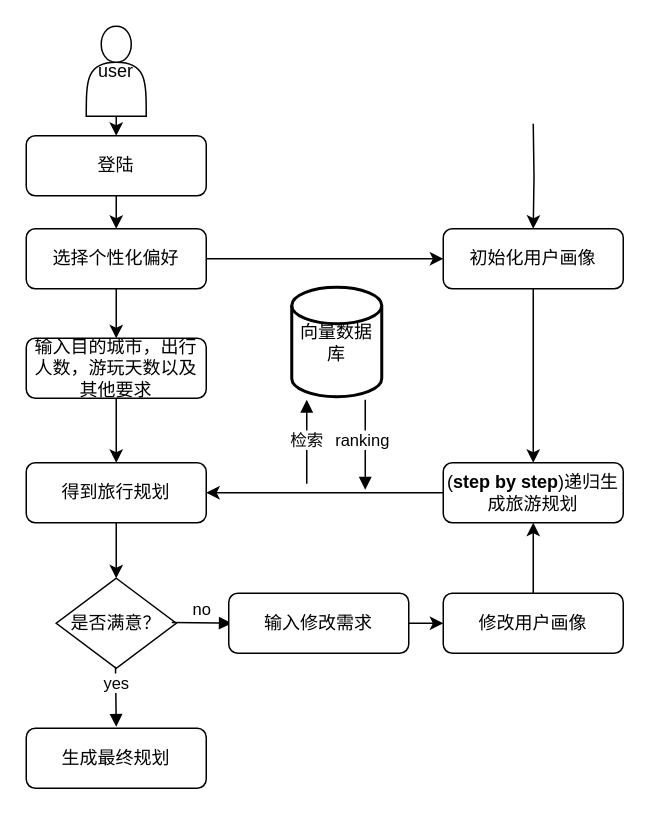
Before: 未命名绘图.drawio in Reductionreaction/stackedit-app-data, a draw.io diagram. Source tidied: cells renumbered, new cells numbered last; positions are measured from the earlier drawing's top-left corner, leaving out a move shared by most shapes. Both pictures are drawn from the tidied source at 150%, with x=0, y=0 at pixel (26, 26).
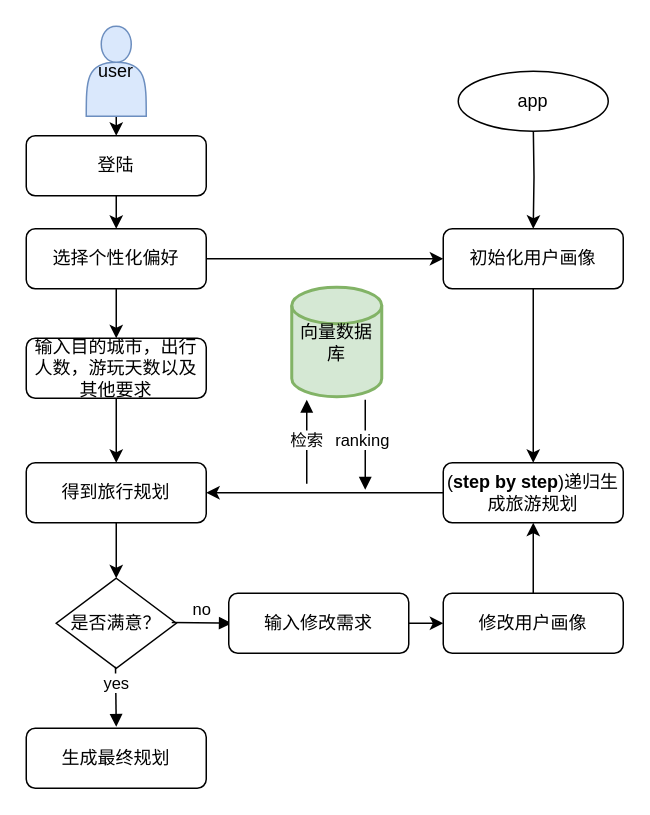
The same page after the edit.

Commit message (it also covers changes not shown here):
更新未命名绘图.drawio

Diff of the diagram source:
```diff
@@
-    <mxCell id="13" value="向量数据库" style="strokeWidth=2;html=1;shape=mxgraph.flowchart.database;whiteSpace=wrap;" parent="1" vertex="1">
+    <mxCell id="13" value="向量数据库" style="strokeWidth=2;html=1;shape=mxgraph.flowchart.database;whiteSpace=wrap;fillColor=#d5e8d4;strokeColor=#82b366;" parent="1" vertex="1">
       <mxGeometry x="177" y="174" width="60" height="73" as="geometry" />
     </mxCell>
@@
-    <mxCell id="28" value="user" style="shape=actor;whiteSpace=wrap;html=1;" parent="1" vertex="1">
+    <mxCell id="28" value="user" style="shape=actor;whiteSpace=wrap;html=1;fillColor=#dae8fc;strokeColor=#6c8ebf;" parent="1" vertex="1">
       <mxGeometry x="40" width="40" height="60" as="geometry" />
     </mxCell>
+    <mxCell id="29" value="app" style="ellipse;whiteSpace=wrap;html=1;align=center;newEdgeStyle={&quot;edgeStyle&quot;:&quot;entityRelationEdgeStyle&quot;,&quot;startArrow&quot;:&quot;none&quot;,&quot;endArrow&quot;:&quot;none&quot;,&quot;segment&quot;:10,&quot;curved&quot;:1,&quot;sourcePerimeterSpacing&quot;:0,&quot;targetPerimeterSpacing&quot;:0};" parent="1" vertex="1">
+      <mxGeometry x="288" y="30" width="100" height="40" as="geometry" />
+    </mxCell>
```
